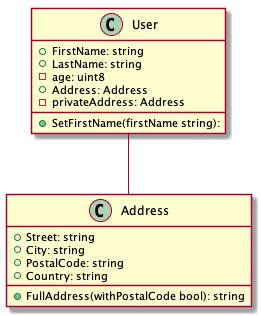
The PlantUML diagram docs/assets/graph.png in bykof/go-plantuml, before a commit. The source it was exported from:
```plantuml
@startuml
class Address {
+Street: string
+City: string
+PostalCode: string
+Country: string
+FullAddress(withPostalCode bool): string
}
class User {
+FirstName: string
+LastName: string
-age: uint8
+Address: Address
-privateAddress: Address
+SetFirstName(firstName string):
}
User -- Address
@enduml
```
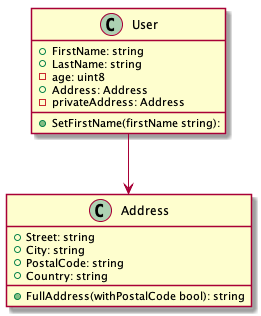
The same diagram one commit later.

Commit message:
Update graph in example

Change to the diagram source:
```diff
@@ -14,5 +14,5 @@
 -privateAddress: Address
 +SetFirstName(firstName string):
 }
-User -- Address
+User --> Address
 @enduml
```
